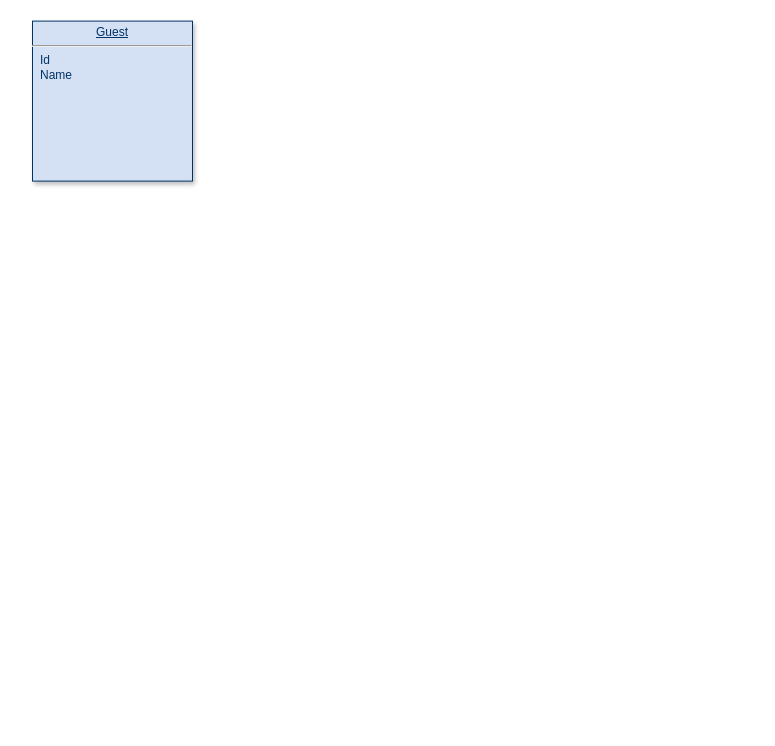
Before: Database diagram.drawio in JorgeMartinezSanchez/ResidencialAlCubo_WebEdtion, a draw.io diagram. Source tidied: cells renumbered, new cells numbered last; positions are measured from the earlier drawing's top-left corner, leaving out a move shared by most shapes. Both pictures are drawn from the tidied source at 100%, with x=0, y=0 at pixel (32, 21).
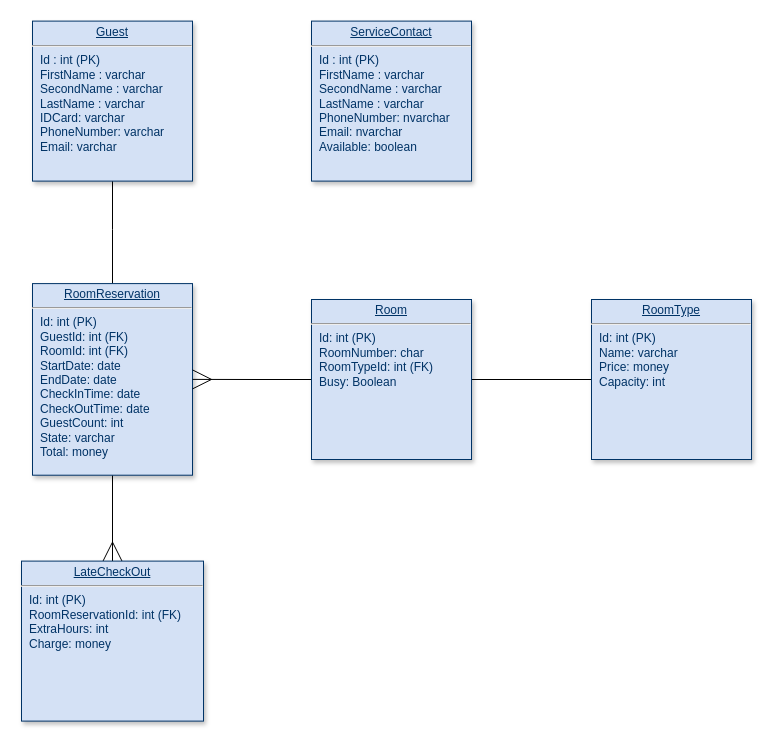
Above is the later version.

Change to the diagram source:
```diff
@@
 <mxGraphModel>
   <root>
     <mxCell id="0" />
     <mxCell id="1" parent="0" />
+    <mxCell id="3" style="edgeStyle=orthogonalEdgeStyle;rounded=0;jettySize=auto;html=1;entryX=0.5;entryY=0;entryDx=0;entryDy=0;endArrow=none;endFill=0;startSize=6;endSize=17;" parent="1" edge="1" source="2" target="5">
+      <mxGeometry relative="1" as="geometry">
+        <Array as="points">
+          <mxPoint x="80" y="208" />
+          <mxPoint x="80" y="208" />
+        </Array>
+      </mxGeometry>
+    </mxCell>
-    <mxCell id="2" value="&lt;p style=&quot;margin: 0px; margin-top: 4px; text-align: center; text-decoration: underline;&quot;&gt;Guest&lt;/p&gt;&lt;hr&gt;&lt;p style=&quot;margin: 0px; margin-left: 8px;&quot;&gt;Id&lt;/p&gt;&lt;p style=&quot;margin: 0px; margin-left: 8px;&quot;&gt;Name&lt;/p&gt;&lt;p style=&quot;margin: 0px; margin-left: 8px;&quot;&gt;&lt;br&gt;&lt;/p&gt;" style="verticalAlign=top;align=left;overflow=fill;fontSize=12;fontFamily=Helvetica;html=1;strokeColor=#003366;shadow=1;fillColor=#D4E1F5;fontColor=#003366;" parent="1" vertex="1">
+    <mxCell id="2" value="&lt;p style=&quot;margin: 0px; margin-top: 4px; text-align: center; text-decoration: underline;&quot;&gt;Guest&lt;/p&gt;&lt;hr&gt;&lt;p style=&quot;margin: 0px; margin-left: 8px;&quot;&gt;Id : int (PK)&lt;/p&gt;&lt;p style=&quot;margin: 0px; margin-left: 8px;&quot;&gt;FirstName : varchar&lt;/p&gt;&lt;p style=&quot;margin: 0px; margin-left: 8px;&quot;&gt;SecondName : varchar&lt;/p&gt;&lt;p style=&quot;margin: 0px; margin-left: 8px;&quot;&gt;LastName : varchar&lt;/p&gt;&lt;p style=&quot;margin: 0px; margin-left: 8px;&quot;&gt;IDCard: varchar&lt;/p&gt;&lt;p style=&quot;margin: 0px; margin-left: 8px;&quot;&gt;PhoneNumber: varchar&lt;/p&gt;&lt;p style=&quot;margin: 0px; margin-left: 8px;&quot;&gt;Email: varchar&lt;/p&gt;&lt;p style=&quot;margin: 0px; margin-left: 8px;&quot;&gt;&lt;br&gt;&lt;/p&gt;" style="verticalAlign=top;align=left;overflow=fill;fontSize=12;fontFamily=Helvetica;html=1;strokeColor=#003366;shadow=1;fillColor=#D4E1F5;fontColor=#003366;" parent="1" vertex="1">
       <mxGeometry y="-0.4" width="160" height="160" as="geometry" />
     </mxCell>
+    <mxCell id="4" style="edgeStyle=orthogonalEdgeStyle;rounded=0;jettySize=auto;html=1;endArrow=ERmany;endFill=0;endSize=17;" parent="1" edge="1" source="5" target="10">
+      <mxGeometry relative="1" as="geometry" />
+    </mxCell>
+    <mxCell id="5" value="&lt;p style=&quot;margin: 0px; margin-top: 4px; text-align: center; text-decoration: underline;&quot;&gt;RoomReservation&lt;/p&gt;&lt;hr&gt;&lt;p style=&quot;margin: 0px; margin-left: 8px;&quot;&gt;Id: int (PK)&lt;/p&gt;&lt;p style=&quot;margin: 0px; margin-left: 8px;&quot;&gt;GuestId: int (FK)&lt;/p&gt;&lt;p style=&quot;margin: 0px; margin-left: 8px;&quot;&gt;RoomId: int (FK)&lt;br&gt;StartDate: date&lt;/p&gt;&lt;p style=&quot;margin: 0px; margin-left: 8px;&quot;&gt;EndDate: date&lt;/p&gt;&lt;p style=&quot;margin: 0px; margin-left: 8px;&quot;&gt;CheckInTime: date&lt;/p&gt;&lt;p style=&quot;margin: 0px; margin-left: 8px;&quot;&gt;&lt;span style=&quot;background-color: transparent; color: light-dark(rgb(0, 51, 102), rgb(161, 205, 249));&quot;&gt;CheckOutTime&lt;/span&gt;: date&lt;/p&gt;&lt;p style=&quot;margin: 0px; margin-left: 8px;&quot;&gt;GuestCount: int&lt;br&gt;State: varchar&lt;/p&gt;&lt;p style=&quot;margin: 0px; margin-left: 8px;&quot;&gt;Total: money&lt;/p&gt;" style="verticalAlign=top;align=left;overflow=fill;fontSize=12;fontFamily=Helvetica;html=1;strokeColor=#003366;shadow=1;fillColor=#D4E1F5;fontColor=#003366;" parent="1" vertex="1">
+      <mxGeometry y="262.1" width="160" height="191.6" as="geometry" />
+    </mxCell>
+    <mxCell id="6" style="edgeStyle=orthogonalEdgeStyle;rounded=0;jettySize=auto;html=1;endArrow=ERmany;endFill=0;endSize=17;" parent="1" edge="1" source="8" target="5">
+      <mxGeometry relative="1" as="geometry" />
+    </mxCell>
+    <mxCell id="7" style="edgeStyle=orthogonalEdgeStyle;rounded=0;jettySize=auto;html=1;endArrow=none;endFill=0;entryX=0;entryY=0.5;entryDx=0;entryDy=0;" parent="1" edge="1" source="8" target="11">
+      <mxGeometry relative="1" as="geometry" />
+    </mxCell>
+    <mxCell id="8" value="&lt;p style=&quot;margin: 0px; margin-top: 4px; text-align: center; text-decoration: underline;&quot;&gt;Room&lt;/p&gt;&lt;hr&gt;&lt;p style=&quot;margin: 0px; margin-left: 8px;&quot;&gt;Id: int (PK)&lt;/p&gt;&lt;p style=&quot;margin: 0px; margin-left: 8px;&quot;&gt;RoomNumber: char&lt;/p&gt;&lt;p style=&quot;margin: 0px; margin-left: 8px;&quot;&gt;RoomTypeId: int (FK)&lt;/p&gt;&lt;p style=&quot;margin: 0px; margin-left: 8px;&quot;&gt;&lt;span style=&quot;background-color: transparent; color: light-dark(rgb(0, 51, 102), rgb(161, 205, 249));&quot;&gt;Busy: Boolean&lt;/span&gt;&lt;/p&gt;" style="verticalAlign=top;align=left;overflow=fill;fontSize=12;fontFamily=Helvetica;html=1;strokeColor=#003366;shadow=1;fillColor=#D4E1F5;fontColor=#003366;" parent="1" vertex="1">
+      <mxGeometry x="279" y="278" width="160" height="160" as="geometry" />
+    </mxCell>
+    <mxCell id="9" value="&lt;p style=&quot;margin: 0px; margin-top: 4px; text-align: center; text-decoration: underline;&quot;&gt;ServiceContact&lt;/p&gt;&lt;hr&gt;&lt;p style=&quot;margin: 0px 0px 0px 8px;&quot;&gt;Id : int (PK)&lt;/p&gt;&lt;p style=&quot;margin: 0px 0px 0px 8px;&quot;&gt;&lt;span style=&quot;background-color: transparent; color: light-dark(rgb(0, 51, 102), rgb(161, 205, 249));&quot;&gt;FirstName : varchar&lt;/span&gt;&lt;/p&gt;&lt;p style=&quot;margin: 0px 0px 0px 8px;&quot;&gt;SecondName : varchar&lt;/p&gt;&lt;p style=&quot;margin: 0px 0px 0px 8px;&quot;&gt;LastName : varchar&lt;/p&gt;&lt;p style=&quot;margin: 0px 0px 0px 8px;&quot;&gt;PhoneNumber: nvarchar&lt;/p&gt;&lt;p style=&quot;margin: 0px 0px 0px 8px;&quot;&gt;Email: nvarchar&lt;/p&gt;&lt;p style=&quot;margin: 0px 0px 0px 8px;&quot;&gt;Available: boolean&lt;/p&gt;" style="verticalAlign=top;align=left;overflow=fill;fontSize=12;fontFamily=Helvetica;html=1;strokeColor=#003366;shadow=1;fillColor=#D4E1F5;fontColor=#003366;" parent="1" vertex="1">
+      <mxGeometry x="279" y="-0.4" width="160" height="160" as="geometry" />
+    </mxCell>
+    <mxCell id="10" value="&lt;p style=&quot;margin: 0px; margin-top: 4px; text-align: center; text-decoration: underline;&quot;&gt;LateCheckOut&lt;/p&gt;&lt;hr&gt;&lt;p style=&quot;margin: 0px; margin-left: 8px;&quot;&gt;Id: int (PK)&lt;/p&gt;&lt;p style=&quot;margin: 0px; margin-left: 8px;&quot;&gt;RoomReservationId: int (FK)&lt;/p&gt;&lt;p style=&quot;margin: 0px; margin-left: 8px;&quot;&gt;ExtraHours: int&lt;/p&gt;&lt;p style=&quot;margin: 0px; margin-left: 8px;&quot;&gt;Charge: money&lt;/p&gt;" style="verticalAlign=top;align=left;overflow=fill;fontSize=12;fontFamily=Helvetica;html=1;strokeColor=#003366;shadow=1;fillColor=#D4E1F5;fontColor=#003366;" parent="1" vertex="1">
+      <mxGeometry x="-11" y="539.6" width="182" height="160" as="geometry" />
+    </mxCell>
+    <mxCell id="11" value="&lt;p style=&quot;margin: 0px; margin-top: 4px; text-align: center; text-decoration: underline;&quot;&gt;RoomType&lt;/p&gt;&lt;hr&gt;&lt;p style=&quot;margin: 0px; margin-left: 8px;&quot;&gt;Id: int (PK)&lt;/p&gt;&lt;p style=&quot;margin: 0px; margin-left: 8px;&quot;&gt;Name: varchar&lt;/p&gt;&lt;p style=&quot;margin: 0px; margin-left: 8px;&quot;&gt;&lt;span style=&quot;background-color: transparent; color: light-dark(rgb(0, 51, 102), rgb(161, 205, 249));&quot;&gt;Price: money&lt;/span&gt;&lt;/p&gt;&lt;p style=&quot;margin: 0px; margin-left: 8px;&quot;&gt;&lt;span style=&quot;background-color: transparent; color: light-dark(rgb(0, 51, 102), rgb(161, 205, 249));&quot;&gt;Capacity: int&lt;/span&gt;&lt;/p&gt;" style="verticalAlign=top;align=left;overflow=fill;fontSize=12;fontFamily=Helvetica;html=1;strokeColor=#003366;shadow=1;fillColor=#D4E1F5;fontColor=#003366;" parent="1" vertex="1">
+      <mxGeometry x="559" y="278" width="160" height="160" as="geometry" />
+    </mxCell>
   </root>
 </mxGraphModel>
```
